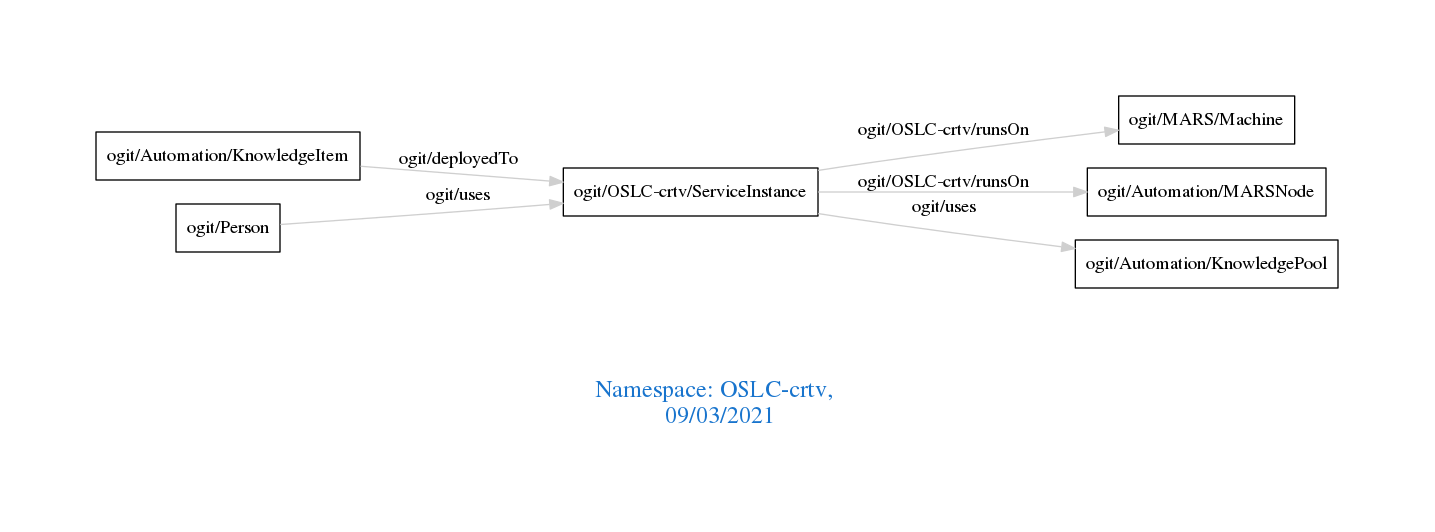
The Graphviz diagram downloads/OSLC-crtv.png in arago/OGIT, before a commit. Its source is kept beside it as downloads/OSLC-crtv.dot.
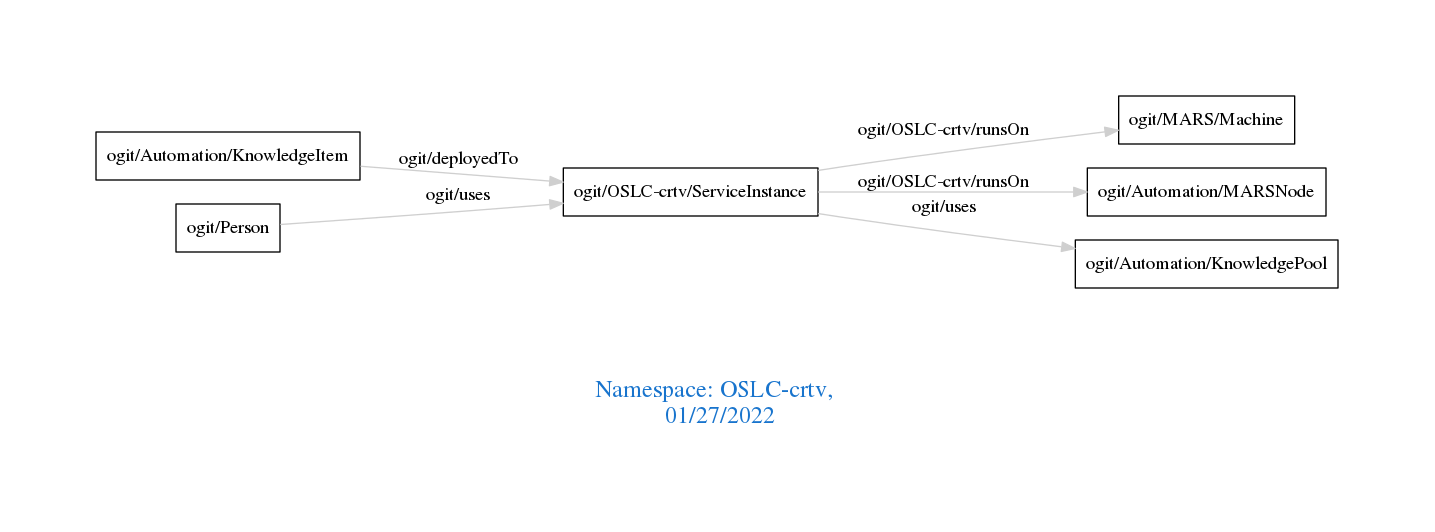
Later version of the same file.

What changed in the source:
```diff
@@ -1,7 +1,7 @@
 digraph OGIT_ontology {
  graph [ rankdir= LR,pad=1
 fontsize = 18,
-fontcolor= dodgerblue3,label = "\n\n\nNamespace: OSLC-crtv, \n 09/03/2021"];
+fontcolor= dodgerblue3,label = "\n\n\nNamespace: OSLC-crtv, \n 01/27/2022"];
 node[shape=polygon];
 edge [  color="gray81"];
 
```
